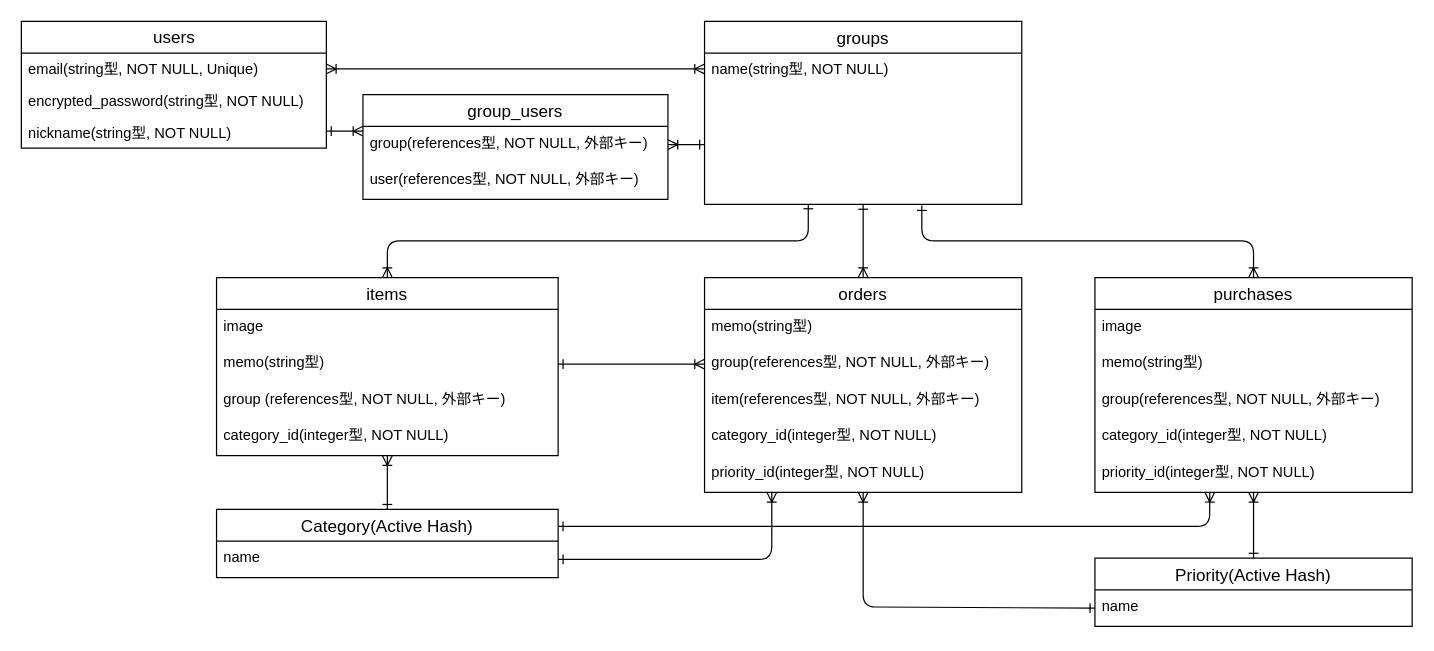
Before: kauzoh.drawio in komafuji820/kauzoh, a draw.io diagram. Source tidied: cells renumbered, new cells numbered last; positions are measured from the earlier drawing's top-left corner, leaving out a move shared by most shapes. Both pictures are drawn from the tidied source at 122%, with x=0, y=0 at pixel (21, 21).
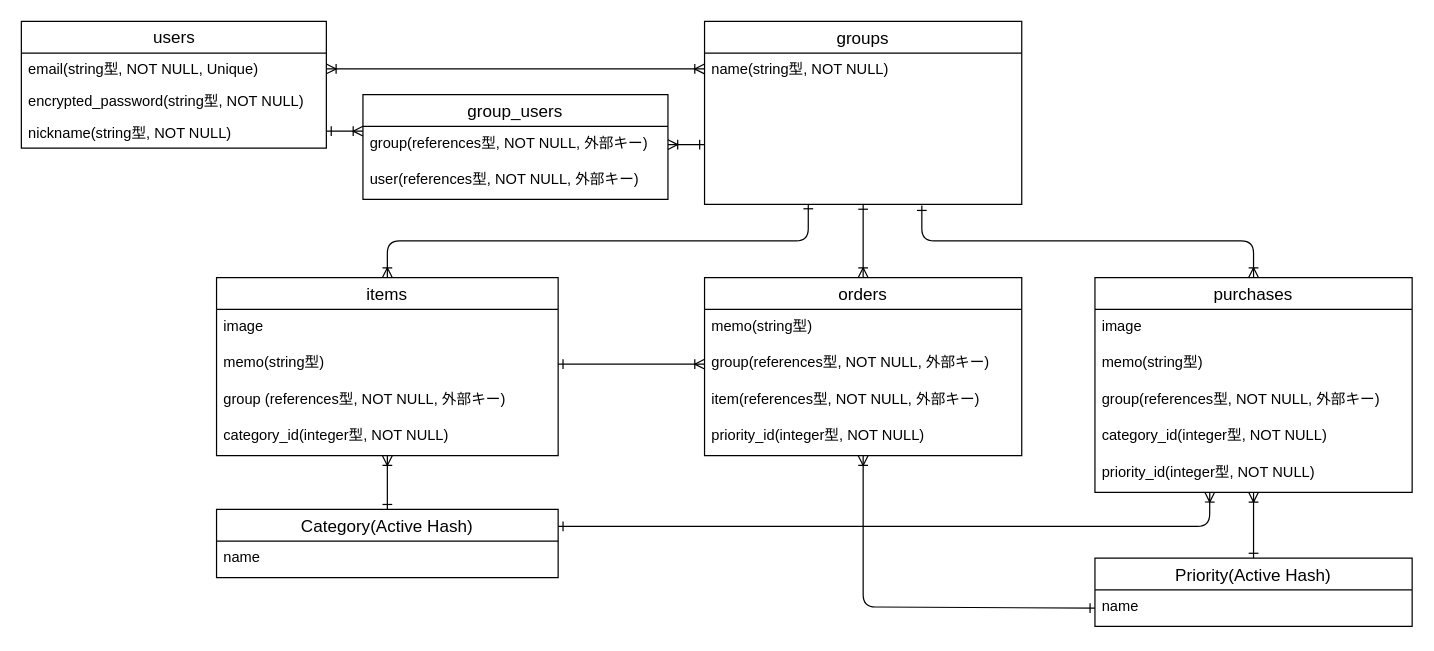
The same diagram, later.

Commit message (it also covers changes not shown here):
DB設計を修正

Unchanged cells that the change refers to:
```xml
<mxCell id="28" value="name" style="text;strokeColor=none;fillColor=none;spacingLeft=4;spacingRight=4;overflow=hidden;points=[[0,0.5],[1,0.5]];portConstraint=eastwest;fontSize=12;" parent="27" vertex="1">
  <mxGeometry y="26" width="280" height="30" as="geometry" />
</mxCell>
```

Change to the diagram source:
```diff
@@
     <mxCell id="13" value="orders" style="swimlane;fontStyle=0;horizontal=1;startSize=26;align=center;fontSize=14;" parent="1" vertex="1">
-      <mxGeometry x="560" y="210" width="260" height="176" as="geometry" />
+      <mxGeometry x="560" y="210" width="260" height="146" as="geometry" />
     </mxCell>
@@
-    <mxCell id="17" value="category_id(integer型, NOT NULL)" style="text;strokeColor=none;fillColor=none;spacingLeft=4;spacingRight=4;overflow=hidden;fontSize=12;" parent="13" vertex="1">
-      <mxGeometry y="116" width="260" height="30" as="geometry" />
-    </mxCell>
     <mxCell id="18" value="priority_id(integer型, NOT NULL)&#10;" style="text;strokeColor=none;fillColor=none;spacingLeft=4;spacingRight=4;overflow=hidden;points=[[0,0.5],[1,0.5]];portConstraint=eastwest;fontSize=12;" parent="13" vertex="1">
-      <mxGeometry y="146" width="260" height="30" as="geometry" />
+      <mxGeometry y="116" width="260" height="30" as="geometry" />
     </mxCell>
@@
-    <mxCell id="32" style="edgeStyle=orthogonalEdgeStyle;html=1;exitX=1;exitY=0.5;exitDx=0;exitDy=0;fontSize=14;startArrow=ERone;startFill=0;endArrow=ERoneToMany;endFill=0;entryX=0.212;entryY=1;entryDx=0;entryDy=0;entryPerimeter=0;" parent="1" edge="1" source="28" target="18">
-      <mxGeometry relative="1" as="geometry" />
-    </mxCell>
```
